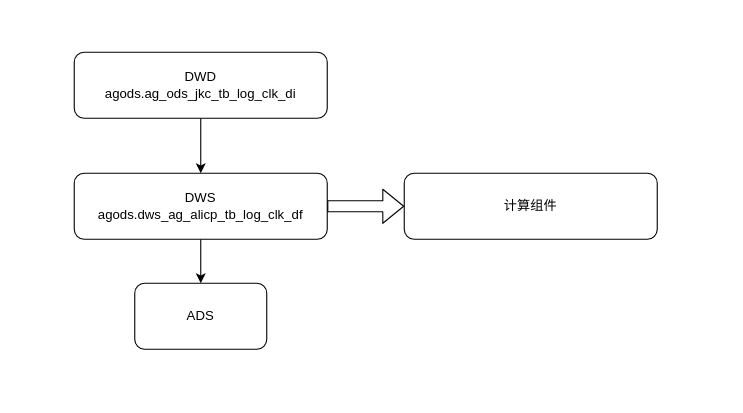
This is Untitled Diagram.drawio from Ljy0231/picture, a draw.io file, before an edit. Source tidied: cells renumbered, new cells numbered last; positions are measured from the earlier drawing's top-left corner, leaving out a move shared by most shapes. Both pictures are drawn from the tidied source at 110%, with x=0, y=0 at pixel (74, 52).
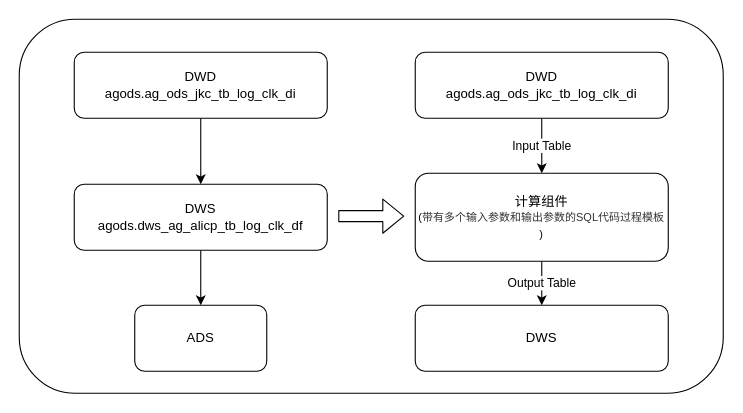
After the change.

What changed in the source:
```diff
@@
 <mxGraphModel>
   <root>
     <mxCell id="0" />
     <mxCell id="1" parent="0" />
+    <mxCell id="9" style="rounded=1;whiteSpace=wrap;html=1;" parent="1" vertex="1">
+      <mxGeometry x="-50" y="-30" width="640" height="340" as="geometry" />
+    </mxCell>
     <mxCell id="2" style="edgeStyle=orthogonalEdgeStyle;rounded=0;jettySize=auto;html=1;entryX=0.5;entryY=0;entryDx=0;entryDy=0;" parent="1" edge="1" source="3" target="6">
       <mxGeometry relative="1" as="geometry" />
     </mxCell>
     <mxCell id="3" value="DWD&lt;br&gt;agods.ag_ods_jkc_tb_log_clk_di" style="rounded=1;whiteSpace=wrap;html=1;" parent="1" vertex="1">
       <mxGeometry width="230" height="60" as="geometry" />
     </mxCell>
     <mxCell id="4" value="ADS" style="rounded=1;whiteSpace=wrap;html=1;" parent="1" vertex="1">
-      <mxGeometry x="55" y="210" width="120" height="60" as="geometry" />
+      <mxGeometry x="55" y="230" width="120" height="60" as="geometry" />
     </mxCell>
     <mxCell id="5" style="edgeStyle=orthogonalEdgeStyle;rounded=0;jettySize=auto;html=1;entryX=0.5;entryY=0;entryDx=0;entryDy=0;" parent="1" edge="1" source="6" target="4">
       <mxGeometry relative="1" as="geometry" />
     </mxCell>
     <mxCell id="6" value="DWS&lt;br&gt;agods.dws_ag_alicp_tb_log_clk_df" style="rounded=1;whiteSpace=wrap;html=1;" parent="1" vertex="1">
-      <mxGeometry y="110" width="230" height="60" as="geometry" />
+      <mxGeometry y="120" width="230" height="60" as="geometry" />
     </mxCell>
+    <mxCell id="10" value="Output Table" style="edgeStyle=orthogonalEdgeStyle;rounded=0;jettySize=auto;html=1;exitX=0.5;exitY=1;exitDx=0;exitDy=0;entryX=0.5;entryY=0;entryDx=0;entryDy=0;" parent="1" edge="1" source="7" target="13">
+      <mxGeometry relative="1" as="geometry" />
+    </mxCell>
-    <mxCell id="7" value="计算组件" style="rounded=1;whiteSpace=wrap;html=1;" parent="1" vertex="1">
-      <mxGeometry x="300" y="110" width="230" height="60" as="geometry" />
+    <mxCell id="7" value="计算组件&lt;br&gt;&lt;font style=&quot;font-size: 10px&quot;&gt;(&lt;span style=&quot;color: rgb(51 , 51 , 51) ; text-align: left ; background-color: rgb(255 , 255 , 255) ; font-size: 10px&quot;&gt;带有多个输入参数和输出参数的SQL代码过程模板&lt;/span&gt;&lt;br style=&quot;font-size: 10px&quot;&gt;)&lt;/font&gt;" style="rounded=1;whiteSpace=wrap;html=1;" parent="1" vertex="1">
+      <mxGeometry x="310" y="110" width="230" height="80" as="geometry" />
     </mxCell>
-    <mxCell id="8" style="shape=flexArrow;endArrow=classic;html=1;exitX=1;exitY=0.5;exitDx=0;exitDy=0;entryX=0;entryY=0.5;entryDx=0;entryDy=0;" parent="1" edge="1" source="6" target="7">
-      <mxGeometry relative="1" as="geometry" />
+    <mxCell id="8" style="shape=flexArrow;endArrow=classic;html=1;" parent="1" edge="1">
+      <mxGeometry relative="1" as="geometry">
+        <mxPoint x="240" y="149" as="sourcePoint" />
+        <mxPoint x="300" y="149" as="targetPoint" />
+      </mxGeometry>
     </mxCell>
+    <mxCell id="11" value="Input Table" style="edgeStyle=orthogonalEdgeStyle;rounded=0;jettySize=auto;html=1;exitX=0.5;exitY=1;exitDx=0;exitDy=0;entryX=0.5;entryY=0;entryDx=0;entryDy=0;" parent="1" edge="1" source="12" target="7">
+      <mxGeometry relative="1" as="geometry" />
+    </mxCell>
+    <mxCell id="12" value="DWD&lt;br&gt;agods.ag_ods_jkc_tb_log_clk_di" style="rounded=1;whiteSpace=wrap;html=1;" parent="1" vertex="1">
+      <mxGeometry x="310" width="230" height="60" as="geometry" />
+    </mxCell>
+    <mxCell id="13" value="DWS" style="rounded=1;whiteSpace=wrap;html=1;" parent="1" vertex="1">
+      <mxGeometry x="310" y="230" width="230" height="60" as="geometry" />
+    </mxCell>
   </root>
 </mxGraphModel>
```
